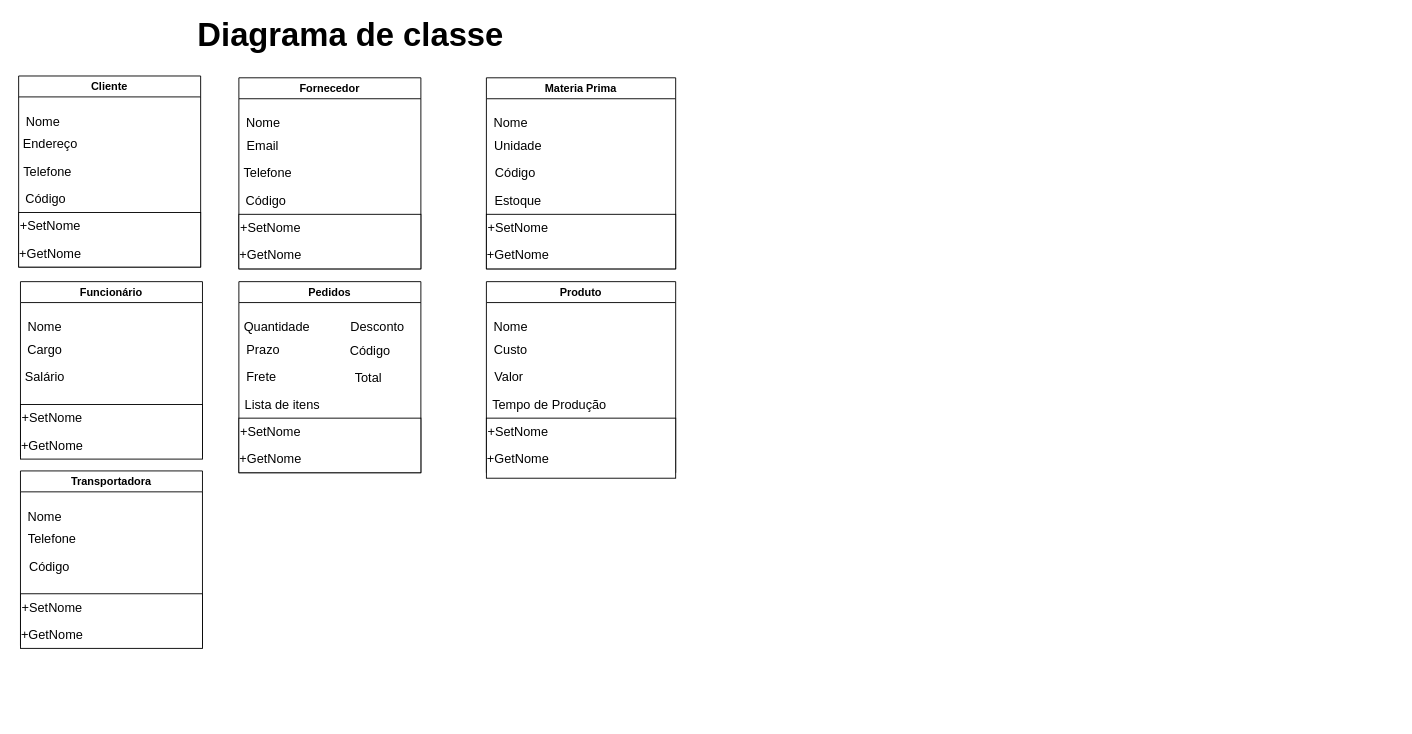
jeangustavoo/diagrama keeps this draw.io diagram as page "Página-15" (15 of 15) of DOC/FLUXOGRAMA.DRAWIO. Above is the earlier version. Source tidied: cells renumbered, new cells numbered last; positions are measured from the earlier drawing's top-left corner, leaving out a move shared by most shapes. Both pictures are drawn from the tidied source at 91%, with x=0, y=0 at pixel (15, 21).
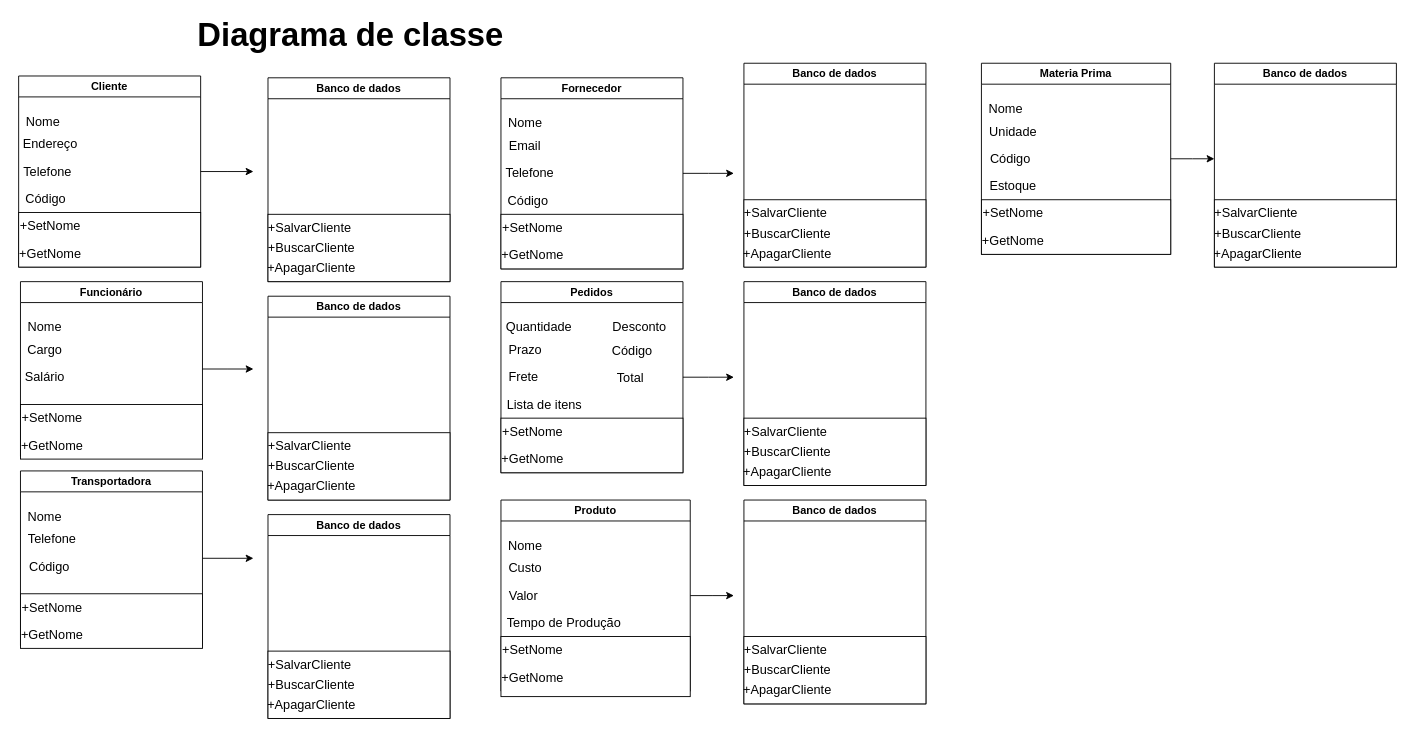
The same diagram, later.

Unchanged cells that the change refers to:
```xml
<mxCell id="3" value="Cliente" style="swimlane;whiteSpace=wrap;html=1;" parent="1" vertex="1">
  <mxGeometry x="3" y="60" width="200" height="210" as="geometry" />
</mxCell>
<mxCell id="27" value="Funcionário" style="swimlane;whiteSpace=wrap;html=1;" parent="1" vertex="1">
  <mxGeometry x="5" y="286" width="200" height="192" as="geometry" />
</mxCell>
<mxCell id="53" value="Transportadora" style="swimlane;whiteSpace=wrap;html=1;" parent="1" vertex="1">
  <mxGeometry x="5" y="494" width="200" height="192" as="geometry" />
</mxCell>
```

Diff of the diagram source:
```diff
@@
+    <mxCell id="60" style="edgeStyle=orthogonalEdgeStyle;rounded=0;jettySize=auto;html=1;" parent="1" edge="1" source="3">
+      <mxGeometry relative="1" as="geometry">
+        <mxPoint x="261" y="165" as="targetPoint" />
+      </mxGeometry>
+    </mxCell>
@@
+    <mxCell id="61" style="edgeStyle=orthogonalEdgeStyle;rounded=0;jettySize=auto;html=1;" parent="1" edge="1" source="11">
+      <mxGeometry relative="1" as="geometry">
+        <mxPoint x="789" y="167" as="targetPoint" />
+      </mxGeometry>
+    </mxCell>
     <mxCell id="11" value="Fornecedor" style="swimlane;whiteSpace=wrap;html=1;" parent="1" vertex="1">
-      <mxGeometry x="245" y="62" width="200" height="210" as="geometry" />
+      <mxGeometry x="533" y="62" width="200" height="210" as="geometry" />
     </mxCell>
@@
+    <mxCell id="62" style="edgeStyle=orthogonalEdgeStyle;rounded=0;jettySize=auto;html=1;" parent="1" edge="1" source="19">
+      <mxGeometry relative="1" as="geometry">
+        <mxPoint x="1317" y="151" as="targetPoint" />
+      </mxGeometry>
+    </mxCell>
     <mxCell id="19" value="Materia Prima" style="swimlane;whiteSpace=wrap;html=1;" parent="1" vertex="1">
-      <mxGeometry x="517" y="62" width="208" height="210" as="geometry" />
+      <mxGeometry x="1061" y="46" width="208" height="210" as="geometry" />
     </mxCell>
@@
+    <mxCell id="63" style="edgeStyle=orthogonalEdgeStyle;rounded=0;jettySize=auto;html=1;" parent="1" edge="1" source="27">
+      <mxGeometry relative="1" as="geometry">
+        <mxPoint x="261" y="382" as="targetPoint" />
+      </mxGeometry>
+    </mxCell>
@@
+    <mxCell id="64" style="edgeStyle=orthogonalEdgeStyle;rounded=0;jettySize=auto;html=1;" parent="1" edge="1" source="34">
+      <mxGeometry relative="1" as="geometry">
+        <mxPoint x="789" y="391" as="targetPoint" />
+      </mxGeometry>
+    </mxCell>
     <mxCell id="34" value="Pedidos" style="swimlane;whiteSpace=wrap;html=1;" parent="1" vertex="1">
-      <mxGeometry x="245" y="286" width="200" height="210" as="geometry" />
+      <mxGeometry x="533" y="286" width="200" height="210" as="geometry" />
     </mxCell>
@@
+    <mxCell id="65" style="edgeStyle=orthogonalEdgeStyle;rounded=0;jettySize=auto;html=1;" parent="1" edge="1" source="45">
+      <mxGeometry relative="1" as="geometry">
+        <mxPoint x="789" y="631" as="targetPoint" />
+      </mxGeometry>
+    </mxCell>
     <mxCell id="45" value="Produto" style="swimlane;whiteSpace=wrap;html=1;" parent="1" vertex="1">
-      <mxGeometry x="517" y="286" width="208" height="210" as="geometry" />
+      <mxGeometry x="533" y="526" width="208" height="210" as="geometry" />
     </mxCell>
@@
+    <mxCell id="66" style="edgeStyle=orthogonalEdgeStyle;rounded=0;jettySize=auto;html=1;" parent="1" edge="1" source="53">
+      <mxGeometry relative="1" as="geometry">
+        <mxPoint x="261" y="590" as="targetPoint" />
+      </mxGeometry>
+    </mxCell>
@@
+    <mxCell id="67" value="Banco de dados" style="swimlane;whiteSpace=wrap;html=1;" parent="1" vertex="1">
+      <mxGeometry x="277" y="62" width="200" height="224" as="geometry" />
+    </mxCell>
+    <mxCell id="68" style="rounded=0;whiteSpace=wrap;html=1;" parent="67" vertex="1">
+      <mxGeometry y="150" width="200" height="74" as="geometry" />
+    </mxCell>
+    <mxCell id="69" value="&lt;font style=&quot;font-size: 14px;&quot;&gt;+SalvarCliente&lt;/font&gt;" style="text;html=1;align=center;verticalAlign=middle;whiteSpace=wrap;rounded=0;" parent="67" vertex="1">
+      <mxGeometry x="16" y="150" width="60" height="30" as="geometry" />
+    </mxCell>
+    <mxCell id="70" value="&lt;font style=&quot;font-size: 14px;&quot;&gt;+BuscarCliente&lt;/font&gt;" style="text;html=1;align=center;verticalAlign=middle;whiteSpace=wrap;rounded=0;" parent="67" vertex="1">
+      <mxGeometry x="16" y="172" width="64" height="30" as="geometry" />
+    </mxCell>
+    <mxCell id="71" value="&lt;font style=&quot;font-size: 14px;&quot;&gt;+ApagarCliente&lt;/font&gt;" style="text;html=1;align=center;verticalAlign=middle;whiteSpace=wrap;rounded=0;" parent="67" vertex="1">
+      <mxGeometry x="18" y="194" width="60" height="30" as="geometry" />
+    </mxCell>
+    <mxCell id="72" value="Banco de dados" style="swimlane;whiteSpace=wrap;html=1;" parent="1" vertex="1">
+      <mxGeometry x="277" y="302" width="200" height="224" as="geometry" />
+    </mxCell>
+    <mxCell id="73" style="rounded=0;whiteSpace=wrap;html=1;" parent="72" vertex="1">
+      <mxGeometry y="150" width="200" height="74" as="geometry" />
+    </mxCell>
+    <mxCell id="74" value="&lt;font style=&quot;font-size: 14px;&quot;&gt;+SalvarCliente&lt;/font&gt;" style="text;html=1;align=center;verticalAlign=middle;whiteSpace=wrap;rounded=0;" parent="72" vertex="1">
+      <mxGeometry x="16" y="150" width="60" height="30" as="geometry" />
+    </mxCell>
+    <mxCell id="75" value="&lt;font style=&quot;font-size: 14px;&quot;&gt;+BuscarCliente&lt;/font&gt;" style="text;html=1;align=center;verticalAlign=middle;whiteSpace=wrap;rounded=0;" parent="72" vertex="1">
+      <mxGeometry x="16" y="172" width="64" height="30" as="geometry" />
+    </mxCell>
+    <mxCell id="76" value="&lt;font style=&quot;font-size: 14px;&quot;&gt;+ApagarCliente&lt;/font&gt;" style="text;html=1;align=center;verticalAlign=middle;whiteSpace=wrap;rounded=0;" parent="72" vertex="1">
+      <mxGeometry x="18" y="194" width="60" height="30" as="geometry" />
+    </mxCell>
+    <mxCell id="77" value="Banco de dados" style="swimlane;whiteSpace=wrap;html=1;" parent="1" vertex="1">
+      <mxGeometry x="277" y="542" width="200" height="224" as="geometry" />
+    </mxCell>
+    <mxCell id="78" style="rounded=0;whiteSpace=wrap;html=1;" parent="77" vertex="1">
+      <mxGeometry y="150" width="200" height="74" as="geometry" />
+    </mxCell>
+    <mxCell id="79" value="&lt;font style=&quot;font-size: 14px;&quot;&gt;+SalvarCliente&lt;/font&gt;" style="text;html=1;align=center;verticalAlign=middle;whiteSpace=wrap;rounded=0;" parent="77" vertex="1">
+      <mxGeometry x="16" y="150" width="60" height="30" as="geometry" />
+    </mxCell>
+    <mxCell id="80" value="&lt;font style=&quot;font-size: 14px;&quot;&gt;+BuscarCliente&lt;/font&gt;" style="text;html=1;align=center;verticalAlign=middle;whiteSpace=wrap;rounded=0;" parent="77" vertex="1">
+      <mxGeometry x="16" y="172" width="64" height="30" as="geometry" />
+    </mxCell>
+    <mxCell id="81" value="&lt;font style=&quot;font-size: 14px;&quot;&gt;+ApagarCliente&lt;/font&gt;" style="text;html=1;align=center;verticalAlign=middle;whiteSpace=wrap;rounded=0;" parent="77" vertex="1">
+      <mxGeometry x="18" y="194" width="60" height="30" as="geometry" />
+    </mxCell>
+    <mxCell id="82" value="Banco de dados" style="swimlane;whiteSpace=wrap;html=1;" parent="1" vertex="1">
+      <mxGeometry x="800" y="46" width="200" height="224" as="geometry" />
+    </mxCell>
+    <mxCell id="83" style="rounded=0;whiteSpace=wrap;html=1;" parent="82" vertex="1">
+      <mxGeometry y="150" width="200" height="74" as="geometry" />
+    </mxCell>
+    <mxCell id="84" value="&lt;font style=&quot;font-size: 14px;&quot;&gt;+SalvarCliente&lt;/font&gt;" style="text;html=1;align=center;verticalAlign=middle;whiteSpace=wrap;rounded=0;" parent="82" vertex="1">
+      <mxGeometry x="16" y="150" width="60" height="30" as="geometry" />
+    </mxCell>
+    <mxCell id="85" value="&lt;font style=&quot;font-size: 14px;&quot;&gt;+BuscarCliente&lt;/font&gt;" style="text;html=1;align=center;verticalAlign=middle;whiteSpace=wrap;rounded=0;" parent="82" vertex="1">
+      <mxGeometry x="16" y="172" width="64" height="30" as="geometry" />
+    </mxCell>
+    <mxCell id="86" value="&lt;font style=&quot;font-size: 14px;&quot;&gt;+ApagarCliente&lt;/font&gt;" style="text;html=1;align=center;verticalAlign=middle;whiteSpace=wrap;rounded=0;" parent="82" vertex="1">
+      <mxGeometry x="18" y="194" width="60" height="30" as="geometry" />
+    </mxCell>
+    <mxCell id="87" value="Banco de dados" style="swimlane;whiteSpace=wrap;html=1;" parent="1" vertex="1">
+      <mxGeometry x="800" y="286" width="200" height="224" as="geometry" />
+    </mxCell>
+    <mxCell id="88" style="rounded=0;whiteSpace=wrap;html=1;" parent="87" vertex="1">
+      <mxGeometry y="150" width="200" height="74" as="geometry" />
+    </mxCell>
+    <mxCell id="89" value="&lt;font style=&quot;font-size: 14px;&quot;&gt;+SalvarCliente&lt;/font&gt;" style="text;html=1;align=center;verticalAlign=middle;whiteSpace=wrap;rounded=0;" parent="87" vertex="1">
+      <mxGeometry x="16" y="150" width="60" height="30" as="geometry" />
+    </mxCell>
+    <mxCell id="90" value="&lt;font style=&quot;font-size: 14px;&quot;&gt;+BuscarCliente&lt;/font&gt;" style="text;html=1;align=center;verticalAlign=middle;whiteSpace=wrap;rounded=0;" parent="87" vertex="1">
+      <mxGeometry x="16" y="172" width="64" height="30" as="geometry" />
+    </mxCell>
+    <mxCell id="91" value="&lt;font style=&quot;font-size: 14px;&quot;&gt;+ApagarCliente&lt;/font&gt;" style="text;html=1;align=center;verticalAlign=middle;whiteSpace=wrap;rounded=0;" parent="87" vertex="1">
+      <mxGeometry x="18" y="194" width="60" height="30" as="geometry" />
+    </mxCell>
+    <mxCell id="92" value="Banco de dados" style="swimlane;whiteSpace=wrap;html=1;" parent="1" vertex="1">
+      <mxGeometry x="800" y="526" width="200" height="224" as="geometry" />
+    </mxCell>
+    <mxCell id="93" style="rounded=0;whiteSpace=wrap;html=1;" parent="92" vertex="1">
+      <mxGeometry y="150" width="200" height="74" as="geometry" />
+    </mxCell>
+    <mxCell id="94" value="&lt;font style=&quot;font-size: 14px;&quot;&gt;+SalvarCliente&lt;/font&gt;" style="text;html=1;align=center;verticalAlign=middle;whiteSpace=wrap;rounded=0;" parent="92" vertex="1">
+      <mxGeometry x="16" y="150" width="60" height="30" as="geometry" />
+    </mxCell>
+    <mxCell id="95" value="&lt;font style=&quot;font-size: 14px;&quot;&gt;+BuscarCliente&lt;/font&gt;" style="text;html=1;align=center;verticalAlign=middle;whiteSpace=wrap;rounded=0;" parent="92" vertex="1">
+      <mxGeometry x="16" y="172" width="64" height="30" as="geometry" />
+    </mxCell>
+    <mxCell id="96" value="&lt;font style=&quot;font-size: 14px;&quot;&gt;+ApagarCliente&lt;/font&gt;" style="text;html=1;align=center;verticalAlign=middle;whiteSpace=wrap;rounded=0;" parent="92" vertex="1">
+      <mxGeometry x="18" y="194" width="60" height="30" as="geometry" />
+    </mxCell>
+    <mxCell id="97" value="Banco de dados" style="swimlane;whiteSpace=wrap;html=1;" parent="1" vertex="1">
+      <mxGeometry x="1317" y="46" width="200" height="224" as="geometry" />
+    </mxCell>
+    <mxCell id="98" style="rounded=0;whiteSpace=wrap;html=1;" parent="97" vertex="1">
+      <mxGeometry y="150" width="200" height="74" as="geometry" />
+    </mxCell>
+    <mxCell id="99" value="&lt;font style=&quot;font-size: 14px;&quot;&gt;+SalvarCliente&lt;/font&gt;" style="text;html=1;align=center;verticalAlign=middle;whiteSpace=wrap;rounded=0;" parent="97" vertex="1">
+      <mxGeometry x="16" y="150" width="60" height="30" as="geometry" />
+    </mxCell>
+    <mxCell id="100" value="&lt;font style=&quot;font-size: 14px;&quot;&gt;+BuscarCliente&lt;/font&gt;" style="text;html=1;align=center;verticalAlign=middle;whiteSpace=wrap;rounded=0;" parent="97" vertex="1">
+      <mxGeometry x="16" y="172" width="64" height="30" as="geometry" />
+    </mxCell>
+    <mxCell id="101" value="&lt;font style=&quot;font-size: 14px;&quot;&gt;+ApagarCliente&lt;/font&gt;" style="text;html=1;align=center;verticalAlign=middle;whiteSpace=wrap;rounded=0;" parent="97" vertex="1">
+      <mxGeometry x="18" y="194" width="60" height="30" as="geometry" />
+    </mxCell>
```
